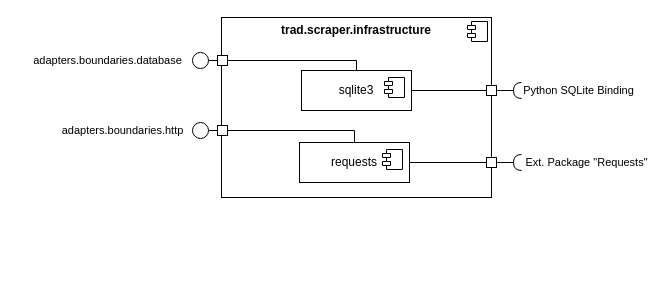
The draw.io diagram doc/architecture/scraper/bbview_level3_infrastructure.drawio in aardjon/trad, before the edit. Source tidied: cells renumbered, new cells numbered last; positions are measured from the earlier drawing's top-left corner, leaving out a move shared by most shapes. Both pictures are drawn from the tidied source at 100%, with x=0, y=0 at pixel (22, 17).
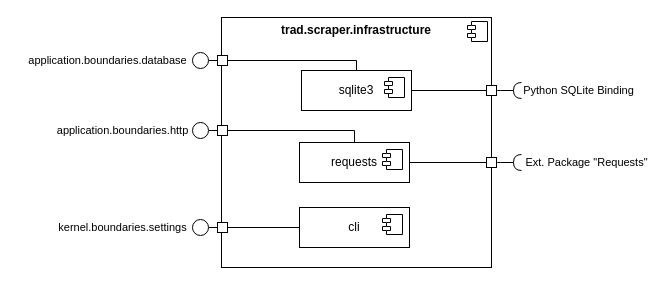
After the change.

The edit, as a diff of the source:
```diff
@@
     <mxCell id="2" value="&lt;p style=&quot;margin:0px;margin-top:6px;text-align:center;&quot;&gt;&lt;b&gt;trad.scraper.infrastructure&lt;/b&gt;&lt;/p&gt;" style="align=left;overflow=fill;html=1;whiteSpace=wrap;" parent="1" vertex="1">
-      <mxGeometry x="199" width="270" height="180" as="geometry" />
+      <mxGeometry x="199" width="270" height="250" as="geometry" />
     </mxCell>
@@
-    <mxCell id="11" value="&lt;font style=&quot;font-size: 11px;&quot;&gt;adapters.boundaries.database&lt;/font&gt;" style="text;html=1;align=center;verticalAlign=middle;strokeColor=none;fillColor=none;" parent="1" vertex="1">
-      <mxGeometry y="28" width="170" height="30" as="geometry" />
+    <mxCell id="11" value="&lt;font style=&quot;font-size: 11px;&quot;&gt;application.boundaries.database&lt;/font&gt;" style="text;html=1;align=center;verticalAlign=middle;strokeColor=none;fillColor=none;" parent="1" vertex="1">
+      <mxGeometry x="-5" y="28" width="180" height="30" as="geometry" />
     </mxCell>
-    <mxCell id="12" value="&lt;span style=&quot;font-size: 11px;&quot;&gt;adapters.boundaries.http&lt;/span&gt;" style="text;html=1;align=center;verticalAlign=middle;strokeColor=none;fillColor=none;" parent="1" vertex="1">
-      <mxGeometry x="30" y="98" width="140" height="30" as="geometry" />
+    <mxCell id="12" value="&lt;span style=&quot;font-size: 11px;&quot;&gt;application.boundaries.http&lt;/span&gt;" style="text;html=1;align=center;verticalAlign=middle;strokeColor=none;fillColor=none;" parent="1" vertex="1">
+      <mxGeometry x="25" y="98" width="150" height="30" as="geometry" />
     </mxCell>
@@
+    <mxCell id="26" value="cli" style="html=1;whiteSpace=wrap;" parent="1" vertex="1">
+      <mxGeometry x="277" y="190" width="110" height="40" as="geometry" />
+    </mxCell>
+    <mxCell id="27" style="shape=module;jettyWidth=8;jettyHeight=4;" parent="26" vertex="1">
+      <mxGeometry x="1" width="20" height="20" relative="1" as="geometry">
+        <mxPoint x="-27" y="7" as="offset" />
+      </mxGeometry>
+    </mxCell>
+    <mxCell id="28" style="whiteSpace=wrap;html=1;" parent="1" vertex="1">
+      <mxGeometry x="195" y="205" width="10" height="10" as="geometry" />
+    </mxCell>
+    <mxCell id="29" style="edgeStyle=orthogonalEdgeStyle;rounded=0;jettySize=auto;html=1;exitX=1;exitY=0.5;exitDx=0;exitDy=0;endArrow=none;endFill=0;" parent="1" edge="1" source="30">
+      <mxGeometry relative="1" as="geometry">
+        <mxPoint x="195" y="208" as="targetPoint" />
+      </mxGeometry>
+    </mxCell>
+    <mxCell id="30" style="ellipse;whiteSpace=wrap;html=1;" parent="1" vertex="1">
+      <mxGeometry x="170" y="202" width="16" height="16" as="geometry" />
+    </mxCell>
+    <mxCell id="31" value="&lt;span style=&quot;font-size: 11px;&quot;&gt;kernel.boundaries.settings&lt;/span&gt;" style="text;html=1;align=center;verticalAlign=middle;strokeColor=none;fillColor=none;" parent="1" vertex="1">
+      <mxGeometry x="25" y="195" width="150" height="30" as="geometry" />
+    </mxCell>
+    <mxCell id="32" style="endArrow=none;html=1;rounded=0;entryX=0;entryY=0.5;entryDx=0;entryDy=0;exitX=1;exitY=0.5;exitDx=0;exitDy=0;" parent="1" edge="1" source="28" target="26">
+      <mxGeometry relative="1" as="geometry" />
+    </mxCell>
```
